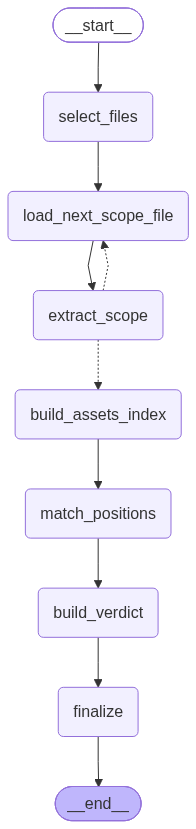
Before: docs/pipeline_graph.png, a diagram exported from Mermaid (KruglovDmitry/AI-tender). Its source is kept beside it as docs/pipeline_graph.mmd.
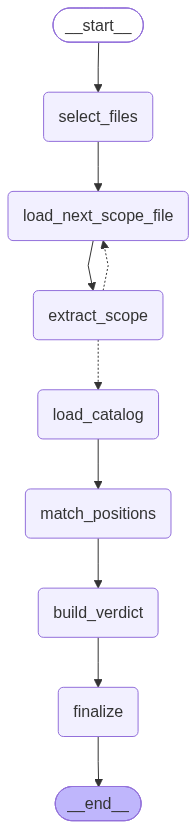
Later version of the same file.

Commit message:
Rename catalog index node

Change to the diagram source:
```diff
@@ -8,16 +8,16 @@
 	select_files(select_files)
 	load_next_scope_file(load_next_scope_file)
 	extract_scope(extract_scope)
-	build_assets_index(build_assets_index)
+	load_catalog(load_catalog)
 	match_positions(match_positions)
 	build_verdict(build_verdict)
 	finalize(finalize)
 	__end__([<p>__end__</p>]):::last
 	__start__ --> select_files;
-	build_assets_index --> match_positions;
 	build_verdict --> finalize;
-	extract_scope -.-> build_assets_index;
+	extract_scope -.-> load_catalog;
 	extract_scope -.-> load_next_scope_file;
+	load_catalog --> match_positions;
 	load_next_scope_file --> extract_scope;
 	match_positions --> build_verdict;
 	select_files --> load_next_scope_file;
```
